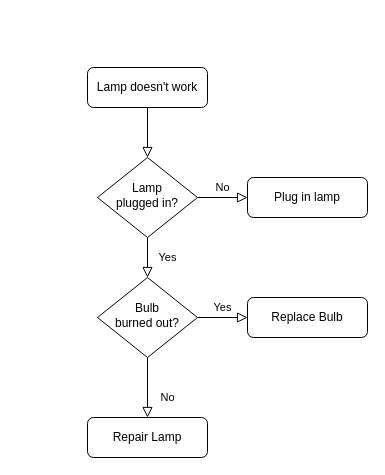
paucoma/diagrams_dot_net keeps this draw.io diagram as pscr_pwrsup.drawio. Above is the earlier version. Source tidied: cells renumbered, new cells numbered last; positions are measured from the earlier drawing's top-left corner, leaving out a move shared by most shapes. Both pictures are drawn from the tidied source at 100%, with x=0, y=0 at pixel (87, 67).
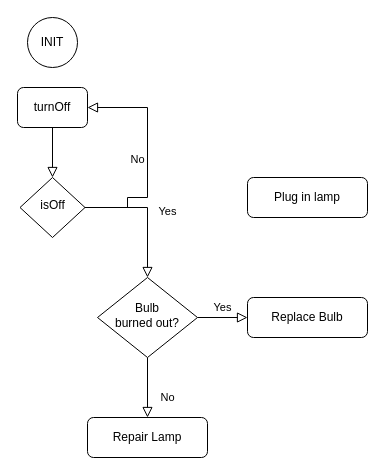
The same diagram, later.

The edit, as a diff of the source:
```diff
@@
 <mxGraphModel>
   <root>
     <mxCell id="0" />
     <mxCell id="1" parent="0" />
     <mxCell id="2" style="rounded=0;html=1;jettySize=auto;fontSize=11;endArrow=block;endFill=0;endSize=8;strokeWidth=1;shadow=0;labelBackgroundColor=none;edgeStyle=orthogonalEdgeStyle;" parent="1" edge="1" source="3" target="6">
       <mxGeometry relative="1" as="geometry" />
     </mxCell>
-    <mxCell id="3" value="Lamp doesn't work" style="rounded=1;whiteSpace=wrap;html=1;fontSize=12;glass=0;strokeWidth=1;shadow=0;" parent="1" vertex="1">
-      <mxGeometry width="120" height="40" as="geometry" />
+    <mxCell id="3" value="turnOff" style="rounded=1;whiteSpace=wrap;html=1;fontSize=12;glass=0;strokeWidth=1;shadow=0;" parent="1" vertex="1">
+      <mxGeometry x="-70" y="20" width="70" height="40" as="geometry" />
     </mxCell>
     <mxCell id="4" value="Yes" style="rounded=0;html=1;jettySize=auto;fontSize=11;endArrow=block;endFill=0;endSize=8;strokeWidth=1;shadow=0;labelBackgroundColor=none;edgeStyle=orthogonalEdgeStyle;" parent="1" edge="1" source="6" target="10">
       <mxGeometry y="20" relative="1" as="geometry" />
     </mxCell>
-    <mxCell id="5" value="No" style="edgeStyle=orthogonalEdgeStyle;rounded=0;html=1;jettySize=auto;fontSize=11;endArrow=block;endFill=0;endSize=8;strokeWidth=1;shadow=0;labelBackgroundColor=none;" parent="1" edge="1" source="6" target="7">
-      <mxGeometry y="10" relative="1" as="geometry" />
+    <mxCell id="5" value="No" style="edgeStyle=orthogonalEdgeStyle;rounded=0;html=1;jettySize=auto;fontSize=11;endArrow=block;endFill=0;endSize=8;strokeWidth=1;shadow=0;labelBackgroundColor=none;entryX=1;entryY=0.5;entryDx=0;entryDy=0;" parent="1" edge="1" source="6" target="3">
+      <mxGeometry y="10" relative="1" as="geometry">
+        <Array as="points">
+          <mxPoint x="40" y="140" />
+          <mxPoint x="40" y="130" />
+          <mxPoint x="60" y="130" />
+          <mxPoint x="60" y="40" />
+        </Array>
+      </mxGeometry>
     </mxCell>
-    <mxCell id="6" value="Lamp&lt;br&gt;plugged in?" style="rhombus;whiteSpace=wrap;html=1;shadow=0;fontFamily=Helvetica;fontSize=12;align=center;strokeWidth=1;spacing=6;spacingTop=-4;" parent="1" vertex="1">
-      <mxGeometry x="10" y="90" width="100" height="80" as="geometry" />
+    <mxCell id="6" value="isOff" style="rhombus;whiteSpace=wrap;html=1;shadow=0;fontFamily=Helvetica;fontSize=12;align=center;strokeWidth=1;spacing=6;spacingTop=-4;" parent="1" vertex="1">
+      <mxGeometry x="-67.5" y="110" width="65" height="60" as="geometry" />
     </mxCell>
     <mxCell id="7" value="Plug in lamp" style="rounded=1;whiteSpace=wrap;html=1;fontSize=12;glass=0;strokeWidth=1;shadow=0;" parent="1" vertex="1">
       <mxGeometry x="160" y="110" width="120" height="40" as="geometry" />
     </mxCell>
     <mxCell id="8" value="No" style="rounded=0;html=1;jettySize=auto;fontSize=11;endArrow=block;endFill=0;endSize=8;strokeWidth=1;shadow=0;labelBackgroundColor=none;edgeStyle=orthogonalEdgeStyle;" parent="1" edge="1" source="10" target="11">
       <mxGeometry x="0.33" y="20" relative="1" as="geometry" />
     </mxCell>
     <mxCell id="9" value="Yes" style="edgeStyle=orthogonalEdgeStyle;rounded=0;html=1;jettySize=auto;fontSize=11;endArrow=block;endFill=0;endSize=8;strokeWidth=1;shadow=0;labelBackgroundColor=none;" parent="1" edge="1" source="10" target="12">
       <mxGeometry y="10" relative="1" as="geometry" />
     </mxCell>
     <mxCell id="10" value="Bulb&lt;br&gt;burned out?" style="rhombus;whiteSpace=wrap;html=1;shadow=0;fontFamily=Helvetica;fontSize=12;align=center;strokeWidth=1;spacing=6;spacingTop=-4;" parent="1" vertex="1">
       <mxGeometry x="10" y="210" width="100" height="80" as="geometry" />
     </mxCell>
     <mxCell id="11" value="Repair Lamp" style="rounded=1;whiteSpace=wrap;html=1;fontSize=12;glass=0;strokeWidth=1;shadow=0;" parent="1" vertex="1">
       <mxGeometry y="350" width="120" height="40" as="geometry" />
     </mxCell>
     <mxCell id="12" value="Replace Bulb" style="rounded=1;whiteSpace=wrap;html=1;fontSize=12;glass=0;strokeWidth=1;shadow=0;" parent="1" vertex="1">
       <mxGeometry x="160" y="230" width="120" height="40" as="geometry" />
     </mxCell>
+    <mxCell id="13" value="INIT" style="ellipse;whiteSpace=wrap;html=1;" parent="1" vertex="1">
+      <mxGeometry x="-60" y="-50" width="50" height="50" as="geometry" />
+    </mxCell>
   </root>
 </mxGraphModel>
```
